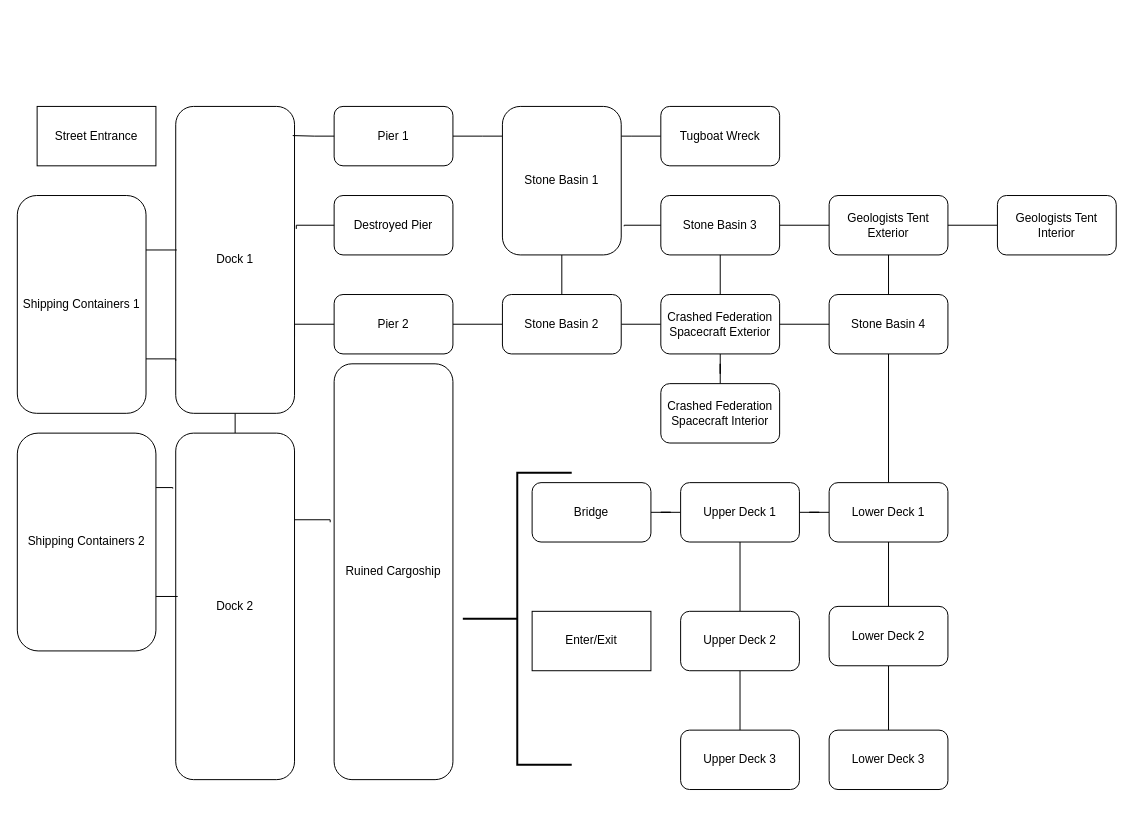
This is Warf.drawio from michaelm142/Stick-Figure-Game, a draw.io file, before an edit. Source tidied: cells renumbered, new cells numbered last; positions are measured from the earlier drawing's top-left corner, leaving out a move shared by most shapes. Both pictures are drawn from the tidied source at 99%, with x=0, y=0 at pixel (17, 106).
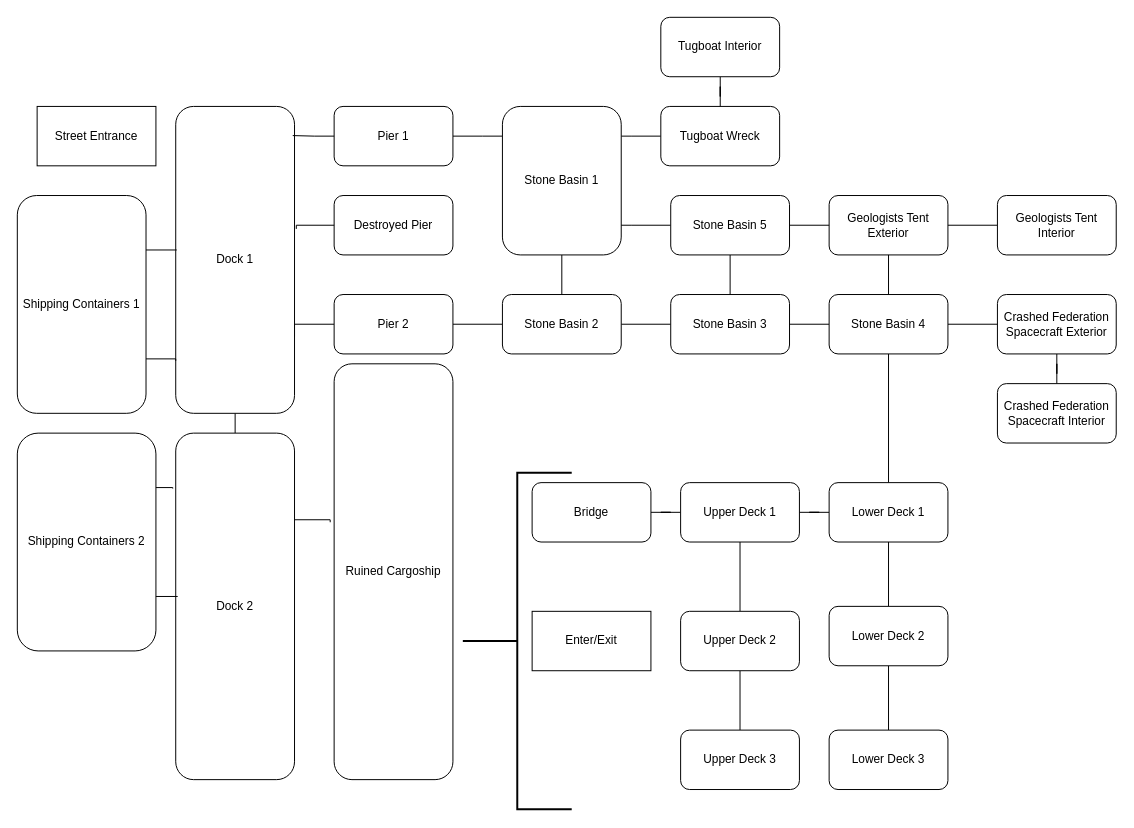
The same page after the edit.

The change refers to these unchanged cells:
```xml
<mxCell id="10" value="Stone Basin 1" style="whiteSpace=wrap;html=1;rounded=1;" parent="1" vertex="1">
  <mxGeometry x="490" width="120" height="150" as="geometry" />
</mxCell>
<mxCell id="11" value="Tugboat Wreck" style="whiteSpace=wrap;html=1;rounded=1;" parent="1" vertex="1">
  <mxGeometry x="650" width="120" height="60" as="geometry" />
</mxCell>
<mxCell id="17" value="Stone Basin 2" style="whiteSpace=wrap;html=1;rounded=1;" parent="1" vertex="1">
  <mxGeometry x="490" y="190" width="120" height="60" as="geometry" />
</mxCell>
<mxCell id="50" value="Geologists Tent Exterior" style="whiteSpace=wrap;html=1;rounded=1;" parent="1" vertex="1">
  <mxGeometry x="820" y="90" width="120" height="60" as="geometry" />
</mxCell>
<mxCell id="55" value="Stone Basin 4" style="whiteSpace=wrap;html=1;rounded=1;" parent="1" vertex="1">
  <mxGeometry x="820" y="190" width="120" height="60" as="geometry" />
</mxCell>
```

Change to the diagram source:
```diff
@@
-    <mxCell id="16" style="edgeStyle=orthogonalEdgeStyle;rounded=0;jettySize=auto;html=1;endArrow=none;endFill=0;" parent="1" edge="1" source="17" target="49">
-      <mxGeometry relative="1" as="geometry" />
-    </mxCell>
+    <mxCell id="57" style="edgeStyle=orthogonalEdgeStyle;rounded=0;jettySize=auto;html=1;endArrow=none;endFill=0;" parent="1" edge="1" source="17" target="19">
+      <mxGeometry relative="1" as="geometry" />
+    </mxCell>
@@
-    <mxCell id="18" style="edgeStyle=orthogonalEdgeStyle;rounded=0;jettySize=auto;html=1;endArrow=none;endFill=0;" parent="1" edge="1" source="19" target="50">
-      <mxGeometry relative="1" as="geometry" />
-    </mxCell>
+    <mxCell id="58" style="edgeStyle=orthogonalEdgeStyle;rounded=0;jettySize=auto;html=1;endArrow=none;endFill=0;" parent="1" edge="1" source="19" target="55">
+      <mxGeometry relative="1" as="geometry" />
+    </mxCell>
     <mxCell id="19" value="Stone Basin 3" style="whiteSpace=wrap;html=1;rounded=1;" parent="1" vertex="1">
-      <mxGeometry x="650" y="90" width="120" height="60" as="geometry" />
+      <mxGeometry x="660" y="190" width="120" height="60" as="geometry" />
     </mxCell>
@@
-    <mxCell id="21" style="edgeStyle=orthogonalEdgeStyle;rounded=0;jettySize=auto;html=1;exitX=0;exitY=0.5;exitDx=0;exitDy=0;entryX=1.025;entryY=0.807;entryDx=0;entryDy=0;entryPerimeter=0;endArrow=none;endFill=0;" parent="1" edge="1" source="19" target="10">
-      <mxGeometry relative="1" as="geometry" />
-    </mxCell>
@@
     <mxCell id="31" style="strokeWidth=2;html=1;shape=mxgraph.flowchart.annotation_2;align=left;labelPosition=right;" parent="1" vertex="1">
-      <mxGeometry x="450" y="370" width="110" height="295" as="geometry" />
+      <mxGeometry x="450" y="370" width="110" height="340" as="geometry" />
     </mxCell>
@@
-    <mxCell id="48" style="edgeStyle=orthogonalEdgeStyle;rounded=0;jettySize=auto;html=1;endArrow=none;endFill=0;" parent="1" edge="1" source="49" target="19">
-      <mxGeometry relative="1" as="geometry" />
-    </mxCell>
     <mxCell id="49" value="Crashed Federation Spacecraft Exterior" style="whiteSpace=wrap;html=1;rounded=1;" parent="1" vertex="1">
-      <mxGeometry x="650" y="190" width="120" height="60" as="geometry" />
+      <mxGeometry x="990" y="190" width="120" height="60" as="geometry" />
     </mxCell>
@@
+    <mxCell id="54" style="edgeStyle=orthogonalEdgeStyle;rounded=0;jettySize=auto;html=1;endArrow=none;endFill=0;" parent="1" edge="1" source="55" target="50">
+      <mxGeometry relative="1" as="geometry" />
+    </mxCell>
@@
-    <mxCell id="54" style="edgeStyle=orthogonalEdgeStyle;rounded=0;jettySize=auto;html=1;endArrow=none;endFill=0;" parent="1" edge="1" source="55" target="50">
-      <mxGeometry relative="1" as="geometry" />
-    </mxCell>
@@
     <mxCell id="56" value="Crashed Federation Spacecraft Interior" style="whiteSpace=wrap;html=1;rounded=1;" parent="1" vertex="1">
-      <mxGeometry x="650" y="280" width="120" height="60" as="geometry" />
+      <mxGeometry x="990" y="280" width="120" height="60" as="geometry" />
     </mxCell>
+    <mxCell id="59" style="edgeStyle=orthogonalEdgeStyle;rounded=0;jettySize=auto;html=1;endArrow=none;endFill=0;" parent="1" edge="1" source="62" target="50">
+      <mxGeometry relative="1" as="geometry" />
+    </mxCell>
+    <mxCell id="60" style="edgeStyle=orthogonalEdgeStyle;rounded=0;jettySize=auto;html=1;endArrow=none;endFill=0;" parent="1" edge="1" source="62" target="10">
+      <mxGeometry relative="1" as="geometry">
+        <Array as="points">
+          <mxPoint x="620" y="120" />
+          <mxPoint x="620" y="120" />
+        </Array>
+      </mxGeometry>
+    </mxCell>
+    <mxCell id="61" style="edgeStyle=orthogonalEdgeStyle;rounded=0;jettySize=auto;html=1;endArrow=none;endFill=0;" parent="1" edge="1" source="62" target="19">
+      <mxGeometry relative="1" as="geometry" />
+    </mxCell>
+    <mxCell id="62" value="Stone Basin 5" style="whiteSpace=wrap;html=1;rounded=1;" parent="1" vertex="1">
+      <mxGeometry x="660" y="90" width="120" height="60" as="geometry" />
+    </mxCell>
+    <mxCell id="63" style="edgeStyle=orthogonalEdgeStyle;rounded=0;jettySize=auto;html=1;endArrow=none;endFill=0;" parent="1" edge="1" source="64" target="11">
+      <mxGeometry relative="1" as="geometry" />
+    </mxCell>
+    <mxCell id="64" value="Tugboat Interior" style="whiteSpace=wrap;html=1;rounded=1;" parent="1" vertex="1">
+      <mxGeometry x="650" y="-90" width="120" height="60" as="geometry" />
+    </mxCell>
```
